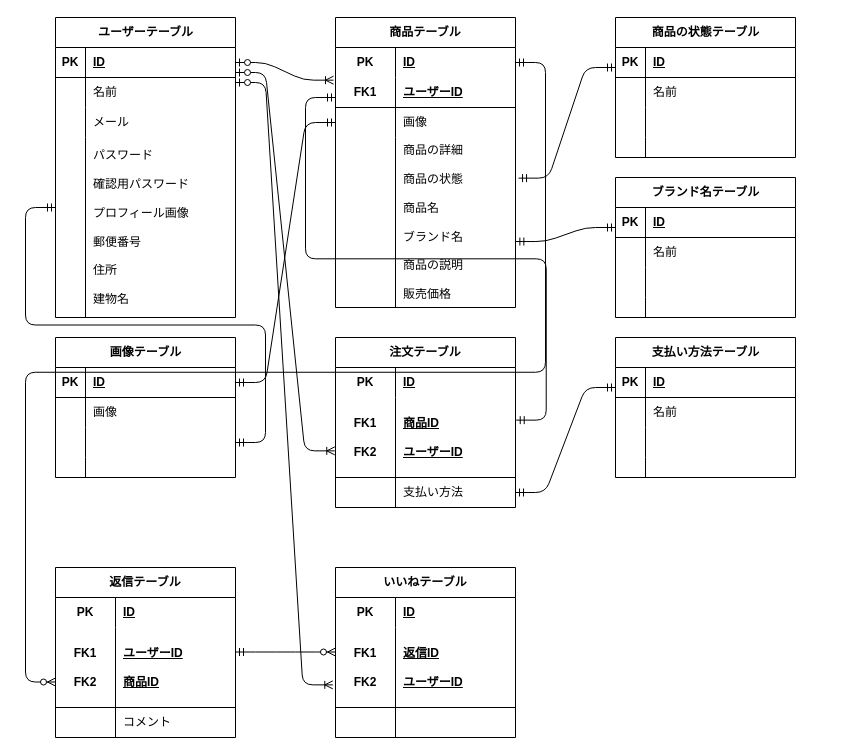
The draw.io diagram er-diagram.drawio in casanova1502/beginner-simulation-case, before the edit. Source tidied: cells renumbered, new cells numbered last; positions are measured from the earlier drawing's top-left corner, leaving out a move shared by most shapes. Both pictures are drawn from the tidied source at 100%, with x=0, y=0 at pixel (-105, 17).
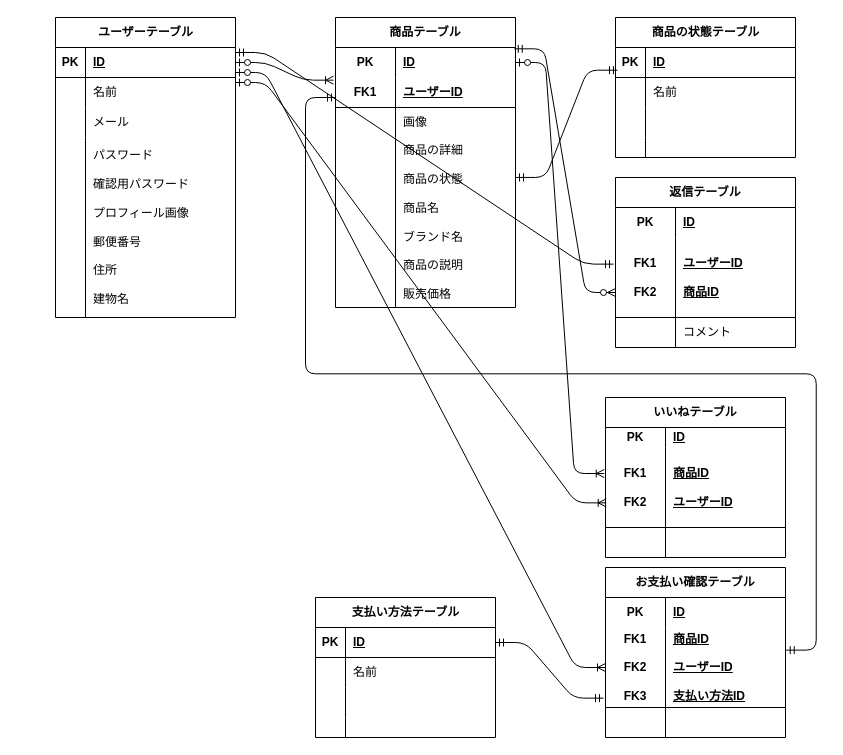
Above is the later version.

The change refers to these unchanged cells:
```xml
<mxCell id="16" style="shape=tableRow;horizontal=0;startSize=0;swimlaneHead=0;swimlaneBody=0;fillColor=none;points=[[0,0.5],[1,0.5]];portConstraint=eastwest;top=0;left=0;right=0;bottom=0;html=1;" parent="15" vertex="1">
  <mxGeometry y="30" width="180" height="30" as="geometry" />
</mxCell>
<mxCell id="22" style="shape=tableRow;horizontal=0;startSize=0;swimlaneHead=0;swimlaneBody=0;fillColor=none;points=[[0,0.5],[1,0.5]];portConstraint=eastwest;top=0;left=0;right=0;bottom=0;html=1;" parent="15" vertex="1">
  <mxGeometry y="90" width="180" height="30" as="geometry" />
</mxCell>
<mxCell id="25" style="shape=tableRow;horizontal=0;startSize=0;swimlaneHead=0;swimlaneBody=0;fillColor=none;points=[[0,0.5],[1,0.5]];portConstraint=eastwest;top=0;left=0;right=0;bottom=0;html=1;" parent="15" vertex="1">
  <mxGeometry y="120" width="180" height="170" as="geometry" />
</mxCell>
<mxCell id="32" style="shape=tableRow;horizontal=0;startSize=0;swimlaneHead=0;swimlaneBody=0;fillColor=none;points=[[0,0.5],[1,0.5]];portConstraint=eastwest;top=0;left=0;right=0;bottom=1;html=1;" parent="28" vertex="1">
  <mxGeometry y="60" width="180" height="80" as="geometry" />
</mxCell>
<mxCell id="35" style="shape=tableRow;horizontal=0;startSize=0;swimlaneHead=0;swimlaneBody=0;fillColor=none;points=[[0,0.5],[1,0.5]];portConstraint=eastwest;top=0;left=0;right=0;bottom=0;html=1;" parent="28" vertex="1">
  <mxGeometry y="140" width="180" height="30" as="geometry" />
</mxCell>
<mxCell id="65" style="shape=tableRow;horizontal=0;startSize=0;swimlaneHead=0;swimlaneBody=0;fillColor=none;points=[[0,0.5],[1,0.5]];portConstraint=eastwest;top=0;left=0;right=0;bottom=1;" parent="64" vertex="1">
  <mxGeometry y="30" width="180" height="30" as="geometry" />
</mxCell>
<mxCell id="78" style="shape=tableRow;horizontal=0;startSize=0;swimlaneHead=0;swimlaneBody=0;fillColor=none;points=[[0,0.5],[1,0.5]];portConstraint=eastwest;top=0;left=0;right=0;bottom=1;" parent="77" vertex="1">
  <mxGeometry y="30" width="180" height="30" as="geometry" />
</mxCell>
<mxCell id="112" style="shape=tableRow;horizontal=0;startSize=0;swimlaneHead=0;swimlaneBody=0;fillColor=none;points=[[0,0.5],[1,0.5]];portConstraint=eastwest;top=0;left=0;right=0;bottom=1;html=1;" parent="108" vertex="1">
  <mxGeometry y="60" width="180" height="80" as="geometry" />
</mxCell>
```

Change to the diagram source:
```diff
@@
-    <mxCell id="28" value="注文テーブル" style="shape=table;startSize=30;childLayout=tableLayout;rowLines=0;fontStyle=1;align=center;html=1;whiteSpace=wrap;" parent="1" vertex="1">
-      <mxGeometry x="440" y="320" width="180" height="170" as="geometry" />
+    <mxCell id="28" value="お支払い確認テーブル" style="shape=table;startSize=30;childLayout=tableLayout;rowLines=0;fontStyle=1;align=center;html=1;whiteSpace=wrap;" parent="1" vertex="1">
+      <mxGeometry x="710" y="550" width="180" height="170" as="geometry" />
     </mxCell>
@@
-    <mxCell id="33" value="FK1&lt;div&gt;&lt;br&gt;&lt;/div&gt;&lt;div&gt;FK2&lt;/div&gt;" style="shape=partialRectangle;fillColor=none;top=0;left=0;bottom=0;right=0;fontStyle=1;overflow=hidden;html=1;whiteSpace=wrap;" parent="32" vertex="1">
+    <mxCell id="33" value="FK1&lt;div&gt;&lt;br&gt;&lt;/div&gt;&lt;div&gt;FK2&lt;br&gt;&lt;br&gt;FK3&lt;/div&gt;" style="shape=partialRectangle;fillColor=none;top=0;left=0;bottom=0;right=0;fontStyle=1;overflow=hidden;html=1;whiteSpace=wrap;" parent="32" vertex="1">
       <mxGeometry width="60" height="80" as="geometry" />
     </mxCell>
-    <mxCell id="34" value="商品ID&lt;div&gt;&lt;br&gt;&lt;/div&gt;&lt;div&gt;ユーザーID&lt;/div&gt;" style="shape=partialRectangle;fillColor=none;top=0;left=0;bottom=0;right=0;align=left;spacingLeft=6;fontStyle=5;overflow=hidden;html=1;whiteSpace=wrap;" parent="32" vertex="1">
+    <mxCell id="34" value="商品ID&lt;div&gt;&lt;br&gt;&lt;/div&gt;&lt;div&gt;ユーザーID&lt;br&gt;&lt;br&gt;支払い方法ID&lt;/div&gt;" style="shape=partialRectangle;fillColor=none;top=0;left=0;bottom=0;right=0;align=left;spacingLeft=6;fontStyle=5;overflow=hidden;html=1;whiteSpace=wrap;" parent="32" vertex="1">
       <mxGeometry x="60" width="120" height="80" as="geometry" />
     </mxCell>
@@
-    <mxCell id="37" value="支払い方法" style="shape=partialRectangle;fillColor=none;top=0;left=0;bottom=0;right=0;align=left;spacingLeft=6;overflow=hidden;html=1;whiteSpace=wrap;" parent="35" vertex="1">
+    <mxCell id="37" style="shape=partialRectangle;fillColor=none;top=0;left=0;bottom=0;right=0;align=left;spacingLeft=6;overflow=hidden;html=1;whiteSpace=wrap;" parent="35" vertex="1">
       <mxGeometry x="60" width="120" height="30" as="geometry" />
     </mxCell>
-    <mxCell id="38" value="画像テーブル" style="shape=table;startSize=30;childLayout=tableLayout;rowLines=0;fontStyle=1;align=center;html=1;" parent="1" vertex="1">
-      <mxGeometry x="160" y="320" width="180" height="140" as="geometry" />
-    </mxCell>
-    <mxCell id="39" style="shape=tableRow;horizontal=0;startSize=0;swimlaneHead=0;swimlaneBody=0;fillColor=none;top=0;left=0;right=0;bottom=1;" parent="38" vertex="1">
-      <mxGeometry y="30" width="180" height="30" as="geometry" />
-    </mxCell>
-    <mxCell id="40" value="PK" style="shape=partialRectangle;fillColor=none;top=0;left=0;bottom=0;right=0;fontStyle=1;overflow=hidden;whiteSpace=wrap;html=1;" parent="39" vertex="1">
-      <mxGeometry width="30" height="30" as="geometry" />
-    </mxCell>
-    <mxCell id="41" value="ID" style="shape=partialRectangle;fillColor=none;top=0;left=0;bottom=0;right=0;align=left;spacingLeft=6;fontStyle=5;overflow=hidden;whiteSpace=wrap;html=1;" parent="39" vertex="1">
-      <mxGeometry x="30" width="150" height="30" as="geometry" />
-    </mxCell>
-    <mxCell id="42" style="shape=tableRow;horizontal=0;startSize=0;swimlaneHead=0;swimlaneBody=0;fillColor=none;top=0;left=0;right=0;bottom=0;" parent="38" vertex="1">
-      <mxGeometry y="60" width="180" height="30" as="geometry" />
-    </mxCell>
-    <mxCell id="43" style="shape=partialRectangle;fillColor=none;top=0;left=0;bottom=0;right=0;overflow=hidden;whiteSpace=wrap;html=1;" parent="42" vertex="1">
-      <mxGeometry width="30" height="30" as="geometry" />
-    </mxCell>
-    <mxCell id="44" value="画像" style="shape=partialRectangle;fillColor=none;top=0;left=0;bottom=0;right=0;align=left;spacingLeft=6;overflow=hidden;whiteSpace=wrap;html=1;" parent="42" vertex="1">
-      <mxGeometry x="30" width="150" height="30" as="geometry" />
-    </mxCell>
-    <mxCell id="45" style="shape=tableRow;horizontal=0;startSize=0;swimlaneHead=0;swimlaneBody=0;fillColor=none;points=[[0,0.5],[1,0.5]];portConstraint=eastwest;top=0;left=0;right=0;bottom=0;" parent="38" vertex="1">
-      <mxGeometry y="90" width="180" height="30" as="geometry" />
-    </mxCell>
-    <mxCell id="46" style="shape=partialRectangle;fillColor=none;top=0;left=0;bottom=0;right=0;overflow=hidden;whiteSpace=wrap;html=1;" parent="45" vertex="1">
-      <mxGeometry width="30" height="30" as="geometry" />
-    </mxCell>
-    <mxCell id="47" style="shape=partialRectangle;fillColor=none;top=0;left=0;bottom=0;right=0;align=left;spacingLeft=6;overflow=hidden;whiteSpace=wrap;html=1;" parent="45" vertex="1">
-      <mxGeometry x="30" width="150" height="30" as="geometry" />
-    </mxCell>
-    <mxCell id="48" style="shape=tableRow;horizontal=0;startSize=0;swimlaneHead=0;swimlaneBody=0;fillColor=none;top=0;left=0;right=0;bottom=0;" parent="38" vertex="1">
-      <mxGeometry y="120" width="180" height="20" as="geometry" />
-    </mxCell>
-    <mxCell id="49" style="shape=partialRectangle;fillColor=none;top=0;left=0;bottom=0;right=0;overflow=hidden;whiteSpace=wrap;html=1;" parent="48" vertex="1">
-      <mxGeometry width="30" height="20" as="geometry" />
-    </mxCell>
-    <mxCell id="50" style="shape=partialRectangle;fillColor=none;top=0;left=0;bottom=0;right=0;align=left;spacingLeft=6;overflow=hidden;whiteSpace=wrap;html=1;" parent="48" vertex="1">
-      <mxGeometry x="30" width="150" height="20" as="geometry" />
-    </mxCell>
-    <mxCell id="51" value="ブランド名テーブル" style="shape=table;startSize=30;childLayout=tableLayout;rowLines=0;fontStyle=1;align=center;html=1;" parent="1" vertex="1">
-      <mxGeometry x="720" y="160" width="180" height="140" as="geometry" />
-    </mxCell>
-    <mxCell id="52" style="shape=tableRow;horizontal=0;startSize=0;swimlaneHead=0;swimlaneBody=0;fillColor=none;top=0;left=0;right=0;bottom=1;" parent="51" vertex="1">
-      <mxGeometry y="30" width="180" height="30" as="geometry" />
-    </mxCell>
-    <mxCell id="53" value="PK" style="shape=partialRectangle;fillColor=none;top=0;left=0;bottom=0;right=0;fontStyle=1;overflow=hidden;whiteSpace=wrap;html=1;" parent="52" vertex="1">
-      <mxGeometry width="30" height="30" as="geometry" />
-    </mxCell>
-    <mxCell id="54" value="ID" style="shape=partialRectangle;fillColor=none;top=0;left=0;bottom=0;right=0;align=left;spacingLeft=6;fontStyle=5;overflow=hidden;whiteSpace=wrap;html=1;" parent="52" vertex="1">
-      <mxGeometry x="30" width="150" height="30" as="geometry" />
-    </mxCell>
-    <mxCell id="55" style="shape=tableRow;horizontal=0;startSize=0;swimlaneHead=0;swimlaneBody=0;fillColor=none;top=0;left=0;right=0;bottom=0;" parent="51" vertex="1">
-      <mxGeometry y="60" width="180" height="30" as="geometry" />
-    </mxCell>
-    <mxCell id="56" style="shape=partialRectangle;fillColor=none;top=0;left=0;bottom=0;right=0;overflow=hidden;whiteSpace=wrap;html=1;" parent="55" vertex="1">
-      <mxGeometry width="30" height="30" as="geometry" />
-    </mxCell>
-    <mxCell id="57" value="名前" style="shape=partialRectangle;fillColor=none;top=0;left=0;bottom=0;right=0;align=left;spacingLeft=6;overflow=hidden;whiteSpace=wrap;html=1;" parent="55" vertex="1">
-      <mxGeometry x="30" width="150" height="30" as="geometry" />
-    </mxCell>
-    <mxCell id="58" style="shape=tableRow;horizontal=0;startSize=0;swimlaneHead=0;swimlaneBody=0;fillColor=none;top=0;left=0;right=0;bottom=0;" parent="51" vertex="1">
-      <mxGeometry y="90" width="180" height="30" as="geometry" />
-    </mxCell>
-    <mxCell id="59" style="shape=partialRectangle;fillColor=none;top=0;left=0;bottom=0;right=0;overflow=hidden;whiteSpace=wrap;html=1;" parent="58" vertex="1">
-      <mxGeometry width="30" height="30" as="geometry" />
-    </mxCell>
-    <mxCell id="60" style="shape=partialRectangle;fillColor=none;top=0;left=0;bottom=0;right=0;align=left;spacingLeft=6;overflow=hidden;whiteSpace=wrap;html=1;" parent="58" vertex="1">
-      <mxGeometry x="30" width="150" height="30" as="geometry" />
-    </mxCell>
-    <mxCell id="61" style="shape=tableRow;horizontal=0;startSize=0;swimlaneHead=0;swimlaneBody=0;fillColor=none;top=0;left=0;right=0;bottom=0;" parent="51" vertex="1">
-      <mxGeometry y="120" width="180" height="20" as="geometry" />
-    </mxCell>
-    <mxCell id="62" style="shape=partialRectangle;fillColor=none;top=0;left=0;bottom=0;right=0;overflow=hidden;whiteSpace=wrap;html=1;" parent="61" vertex="1">
-      <mxGeometry width="30" height="20" as="geometry" />
-    </mxCell>
-    <mxCell id="63" style="shape=partialRectangle;fillColor=none;top=0;left=0;bottom=0;right=0;align=left;spacingLeft=6;overflow=hidden;whiteSpace=wrap;html=1;" parent="61" vertex="1">
-      <mxGeometry x="30" width="150" height="20" as="geometry" />
-    </mxCell>
@@
     <mxCell id="77" value="支払い方法テーブル" style="shape=table;startSize=30;childLayout=tableLayout;rowLines=0;fontStyle=1;align=center;html=1;" parent="1" vertex="1">
-      <mxGeometry x="720" y="320" width="180" height="140" as="geometry" />
+      <mxGeometry x="420" y="580" width="180" height="140" as="geometry" />
     </mxCell>
@@
-    <mxCell id="90" style="edgeStyle=entityRelationEdgeStyle;fontSize=12;html=1;endArrow=ERmandOne;startArrow=ERmandOne;exitX=1.017;exitY=0.239;exitDx=0;exitDy=0;exitPerimeter=0;" parent="1" edge="1" source="25">
-      <mxGeometry relative="1" as="geometry">
-        <mxPoint x="720" y="50" as="targetPoint" />
-      </mxGeometry>
+    <mxCell id="90" style="edgeStyle=entityRelationEdgeStyle;fontSize=12;html=1;endArrow=ERmandOne;startArrow=ERmandOne;exitX=1;exitY=0.235;exitDx=0;exitDy=0;exitPerimeter=0;entryX=0.011;entryY=0.756;entryDx=0;entryDy=0;entryPerimeter=0;" parent="1" edge="1" source="25" target="65">
+      <mxGeometry relative="1" as="geometry" />
     </mxCell>
-    <mxCell id="91" style="edgeStyle=entityRelationEdgeStyle;fontSize=12;html=1;endArrow=ERmandOne;startArrow=ERmandOne;exitX=1.002;exitY=0.612;exitDx=0;exitDy=0;exitPerimeter=0;" parent="1" edge="1" source="25">
-      <mxGeometry relative="1" as="geometry">
-        <mxPoint x="720" y="210" as="targetPoint" />
-      </mxGeometry>
-    </mxCell>
-    <mxCell id="92" style="edgeStyle=entityRelationEdgeStyle;fontSize=12;html=1;endArrow=ERmandOne;startArrow=ERmandOne;exitX=1;exitY=0.5;exitDx=0;exitDy=0;" parent="1" edge="1" source="35">
-      <mxGeometry relative="1" as="geometry">
-        <mxPoint x="720" y="370" as="targetPoint" />
-      </mxGeometry>
+    <mxCell id="92" style="edgeStyle=entityRelationEdgeStyle;fontSize=12;html=1;endArrow=ERmandOne;startArrow=ERmandOne;exitX=1;exitY=0.5;exitDx=0;exitDy=0;entryX=-0.011;entryY=0.883;entryDx=0;entryDy=0;entryPerimeter=0;" parent="1" edge="1" source="78" target="32">
+      <mxGeometry relative="1" as="geometry" />
     </mxCell>
-    <mxCell id="93" style="edgeStyle=entityRelationEdgeStyle;fontSize=12;html=1;endArrow=ERmandOne;startArrow=ERmandOne;exitX=1;exitY=0.5;exitDx=0;exitDy=0;entryX=0;entryY=0.5;entryDx=0;entryDy=0;" parent="1" edge="1" target="22">
-      <mxGeometry relative="1" as="geometry">
-        <mxPoint x="340" y="365" as="sourcePoint" />
-      </mxGeometry>
-    </mxCell>
-    <mxCell id="94" style="edgeStyle=entityRelationEdgeStyle;fontSize=12;html=1;endArrow=ERmandOne;startArrow=ERmandOne;exitX=1;exitY=0.5;exitDx=0;exitDy=0;entryX=0;entryY=0.5;entryDx=0;entryDy=0;" parent="1" edge="1" source="45">
-      <mxGeometry relative="1" as="geometry">
-        <mxPoint x="160" y="190" as="targetPoint" />
-        <Array as="points">
-          <mxPoint x="160" y="370" />
-        </Array>
-      </mxGeometry>
-    </mxCell>
@@
-    <mxCell id="96" style="edgeStyle=entityRelationEdgeStyle;fontSize=12;html=1;endArrow=ERoneToMany;startArrow=ERzeroToOne;entryX=-0.004;entryY=0.667;entryDx=0;entryDy=0;exitX=1;exitY=0.5;exitDx=0;exitDy=0;entryPerimeter=0;" parent="1" edge="1" target="32">
+    <mxCell id="96" style="edgeStyle=entityRelationEdgeStyle;fontSize=12;html=1;endArrow=ERoneToMany;startArrow=ERzeroToOne;exitX=1;exitY=0.5;exitDx=0;exitDy=0;" parent="1" edge="1" target="32">
       <mxGeometry relative="1" as="geometry">
         <mxPoint x="340" y="55" as="sourcePoint" />
       </mxGeometry>
     </mxCell>
@@
     <mxCell id="98" value="いいねテーブル" style="shape=table;startSize=30;childLayout=tableLayout;rowLines=0;fontStyle=1;align=center;html=1;whiteSpace=wrap;" parent="1" vertex="1">
-      <mxGeometry x="440" y="550" width="180" height="170" as="geometry" />
+      <mxGeometry x="710" y="380" width="180" height="160" as="geometry" />
     </mxCell>
     <mxCell id="99" style="shape=tableRow;horizontal=0;startSize=0;swimlaneHead=0;swimlaneBody=0;fillColor=none;top=0;left=0;right=0;bottom=0;html=1;" parent="98" vertex="1">
-      <mxGeometry y="30" width="180" height="30" as="geometry" />
+      <mxGeometry y="30" width="180" height="20" as="geometry" />
     </mxCell>
     <mxCell id="100" value="PK" style="shape=partialRectangle;fillColor=none;top=0;left=0;bottom=0;right=0;fontStyle=1;overflow=hidden;html=1;whiteSpace=wrap;" parent="99" vertex="1">
-      <mxGeometry width="60" height="30" as="geometry" />
+      <mxGeometry width="60" height="20" as="geometry" />
     </mxCell>
     <mxCell id="101" value="ID" style="shape=partialRectangle;fillColor=none;top=0;left=0;bottom=0;right=0;align=left;spacingLeft=6;fontStyle=5;overflow=hidden;html=1;whiteSpace=wrap;" parent="99" vertex="1">
-      <mxGeometry x="60" width="120" height="30" as="geometry" />
+      <mxGeometry x="60" width="120" height="20" as="geometry" />
     </mxCell>
     <mxCell id="102" style="shape=tableRow;horizontal=0;startSize=0;swimlaneHead=0;swimlaneBody=0;fillColor=none;points=[[0,0.5],[1,0.5]];portConstraint=eastwest;top=0;left=0;right=0;bottom=1;html=1;" parent="98" vertex="1">
-      <mxGeometry y="60" width="180" height="80" as="geometry" />
+      <mxGeometry y="50" width="180" height="80" as="geometry" />
     </mxCell>
@@
-    <mxCell id="104" value="返信ID&lt;div&gt;&lt;br&gt;&lt;/div&gt;&lt;div&gt;ユーザーID&lt;/div&gt;" style="shape=partialRectangle;fillColor=none;top=0;left=0;bottom=0;right=0;align=left;spacingLeft=6;fontStyle=5;overflow=hidden;html=1;whiteSpace=wrap;" parent="102" vertex="1">
+    <mxCell id="104" value="商品ID&lt;div&gt;&lt;br&gt;&lt;/div&gt;&lt;div&gt;ユーザーID&lt;/div&gt;" style="shape=partialRectangle;fillColor=none;top=0;left=0;bottom=0;right=0;align=left;spacingLeft=6;fontStyle=5;overflow=hidden;html=1;whiteSpace=wrap;" parent="102" vertex="1">
       <mxGeometry x="60" width="120" height="80" as="geometry" />
     </mxCell>
     <mxCell id="105" style="shape=tableRow;horizontal=0;startSize=0;swimlaneHead=0;swimlaneBody=0;fillColor=none;top=0;left=0;right=0;bottom=0;html=1;" parent="98" vertex="1">
-      <mxGeometry y="140" width="180" height="30" as="geometry" />
+      <mxGeometry y="130" width="180" height="30" as="geometry" />
     </mxCell>
@@
     <mxCell id="108" value="返信テーブル" style="shape=table;startSize=30;childLayout=tableLayout;rowLines=0;fontStyle=1;align=center;html=1;whiteSpace=wrap;" parent="1" vertex="1">
-      <mxGeometry x="160" y="550" width="180" height="170" as="geometry" />
+      <mxGeometry x="720" y="160" width="180" height="170" as="geometry" />
     </mxCell>
@@
-    <mxCell id="118" style="edgeStyle=entityRelationEdgeStyle;fontSize=12;html=1;endArrow=ERzeroToMany;startArrow=ERmandOne;entryX=0;entryY=0.5;entryDx=0;entryDy=0;exitX=1;exitY=0.5;exitDx=0;exitDy=0;" parent="1" edge="1">
-      <mxGeometry relative="1" as="geometry">
-        <mxPoint x="340" y="634.5" as="sourcePoint" />
-        <mxPoint x="440" y="634.5" as="targetPoint" />
-      </mxGeometry>
-    </mxCell>
-    <mxCell id="119" style="edgeStyle=entityRelationEdgeStyle;fontSize=12;html=1;endArrow=ERoneToMany;startArrow=ERzeroToOne;entryX=-0.015;entryY=0.717;entryDx=0;entryDy=0;exitX=1;exitY=0.5;exitDx=0;exitDy=0;entryPerimeter=0;" parent="1" edge="1" target="102">
+    <mxCell id="119" style="edgeStyle=entityRelationEdgeStyle;fontSize=12;html=1;endArrow=ERoneToMany;startArrow=ERzeroToOne;entryX=0.004;entryY=0.692;entryDx=0;entryDy=0;exitX=1;exitY=0.5;exitDx=0;exitDy=0;entryPerimeter=0;" parent="1" edge="1" target="102">
       <mxGeometry relative="1" as="geometry">
         <mxPoint x="340" y="65" as="sourcePoint" />
       </mxGeometry>
     </mxCell>
+    <mxCell id="121" style="edgeStyle=entityRelationEdgeStyle;fontSize=12;html=1;endArrow=ERoneToMany;startArrow=ERzeroToOne;entryX=-0.007;entryY=0.325;entryDx=0;entryDy=0;entryPerimeter=0;" parent="1" edge="1" source="16" target="102">
+      <mxGeometry relative="1" as="geometry">
+        <Array as="points">
+          <mxPoint x="437" y="50" />
+          <mxPoint x="690" y="180" />
+          <mxPoint x="680" y="180" />
+        </Array>
+      </mxGeometry>
+    </mxCell>
-    <mxCell id="120" style="edgeStyle=entityRelationEdgeStyle;fontSize=12;html=1;endArrow=ERzeroToMany;startArrow=ERmandOne;entryX=0;entryY=0.5;entryDx=0;entryDy=0;exitX=1;exitY=0.5;exitDx=0;exitDy=0;" parent="1" edge="1" source="16">
+    <mxCell id="120" style="edgeStyle=entityRelationEdgeStyle;fontSize=12;html=1;endArrow=ERzeroToMany;startArrow=ERmandOne;exitX=0.993;exitY=0.044;exitDx=0;exitDy=0;exitPerimeter=0;" parent="1" edge="1" source="16">
       <mxGeometry relative="1" as="geometry">
-        <mxPoint x="160" y="664.5" as="targetPoint" />
+        <mxPoint x="720" y="275" as="targetPoint" />
         <Array as="points">
+          <mxPoint x="630" y="10" />
+          <mxPoint x="620" y="60" />
+          <mxPoint x="300" y="360" />
+          <mxPoint x="350" y="630" />
+          <mxPoint x="470" y="50" />
           <mxPoint y="670" />
           <mxPoint y="630" />
         </Array>
       </mxGeometry>
     </mxCell>
+    <mxCell id="122" style="edgeStyle=entityRelationEdgeStyle;fontSize=12;html=1;endArrow=ERmandOne;startArrow=ERmandOne;entryX=-0.011;entryY=0.333;entryDx=0;entryDy=0;entryPerimeter=0;" parent="1" edge="1" target="112">
+      <mxGeometry relative="1" as="geometry">
+        <mxPoint x="340" y="35" as="sourcePoint" />
+      </mxGeometry>
+    </mxCell>
```
